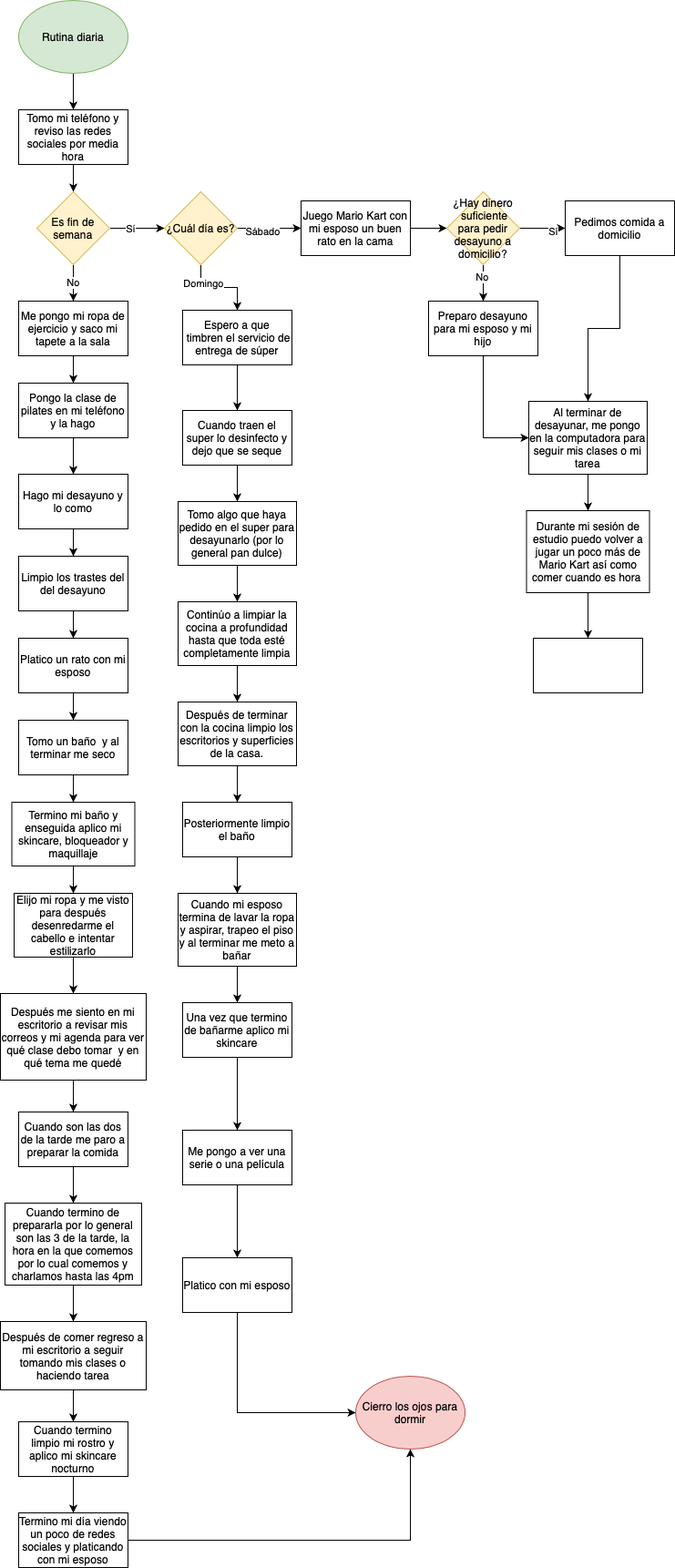
Above: Rutina diaria.png in missphoneme/ejercicios-kodemia (draw.io), before the change. Source tidied: cells renumbered, new cells last; positions are measured from the earlier drawing's top-left corner, leaving out a move shared by most shapes. Its diagram source:
```xml
<mxGraphModel>
  <root>
    <mxCell id="0" />
    <mxCell id="1" parent="0" />
    <mxCell id="2" style="edgeStyle=orthogonalEdgeStyle;rounded=0;jettySize=auto;html=1;" parent="1" edge="1" source="3" target="5">
      <mxGeometry relative="1" as="geometry" />
    </mxCell>
    <mxCell id="3" value="Rutina diaria" style="ellipse;whiteSpace=wrap;html=1;fillColor=#d5e8d4;strokeColor=#82b366;" parent="1" vertex="1">
      <mxGeometry x="20" width="120" height="80" as="geometry" />
    </mxCell>
    <mxCell id="4" style="edgeStyle=orthogonalEdgeStyle;rounded=0;jettySize=auto;html=1;" parent="1" edge="1" source="5" target="9">
      <mxGeometry relative="1" as="geometry" />
    </mxCell>
    <mxCell id="5" value="Tomo mi teléfono y reviso las redes sociales por media hora" style="rounded=0;whiteSpace=wrap;html=1;" parent="1" vertex="1">
      <mxGeometry x="20" y="120" width="120" height="60" as="geometry" />
    </mxCell>
    <mxCell id="6" value="No" style="edgeStyle=orthogonalEdgeStyle;rounded=0;jettySize=auto;html=1;" parent="1" edge="1" source="9" target="11">
      <mxGeometry relative="1" as="geometry" />
    </mxCell>
    <mxCell id="7" style="edgeStyle=orthogonalEdgeStyle;rounded=0;jettySize=auto;html=1;" parent="1" edge="1" source="9" target="16">
      <mxGeometry relative="1" as="geometry" />
    </mxCell>
    <mxCell id="8" value="Sí" style="edgeLabel;html=1;align=center;verticalAlign=middle;" parent="7" vertex="1">
      <mxGeometry x="-0.27" relative="1" as="geometry" />
    </mxCell>
    <mxCell id="9" value="Es fin de semana" style="rhombus;whiteSpace=wrap;html=1;fillColor=#fff2cc;strokeColor=#d6b656;" parent="1" vertex="1">
      <mxGeometry x="40" y="210" width="80" height="80" as="geometry" />
    </mxCell>
    <mxCell id="10" style="edgeStyle=orthogonalEdgeStyle;rounded=0;jettySize=auto;html=1;entryX=0.5;entryY=0;entryDx=0;entryDy=0;" parent="1" edge="1" source="11" target="22">
      <mxGeometry relative="1" as="geometry" />
    </mxCell>
    <mxCell id="11" value="Me pongo mi ropa de ejercicio y saco mi tapete a la sala" style="rounded=0;whiteSpace=wrap;html=1;" parent="1" vertex="1">
      <mxGeometry x="20" y="330" width="120" height="60" as="geometry" />
    </mxCell>
    <mxCell id="12" style="edgeStyle=orthogonalEdgeStyle;rounded=0;jettySize=auto;html=1;entryX=0.5;entryY=0;entryDx=0;entryDy=0;" parent="1" edge="1" source="16" target="20">
      <mxGeometry relative="1" as="geometry" />
    </mxCell>
    <mxCell id="13" value="Domingo" style="edgeLabel;html=1;align=center;verticalAlign=middle;" parent="12" vertex="1">
      <mxGeometry x="-0.56" y="2" relative="1" as="geometry" />
    </mxCell>
    <mxCell id="14" style="edgeStyle=orthogonalEdgeStyle;rounded=0;jettySize=auto;html=1;entryX=0;entryY=0.5;entryDx=0;entryDy=0;" parent="1" edge="1" source="16" target="18">
      <mxGeometry relative="1" as="geometry" />
    </mxCell>
    <mxCell id="15" value="Sábado" style="edgeLabel;html=1;align=center;verticalAlign=middle;" parent="14" vertex="1">
      <mxGeometry x="-0.24" y="-3" relative="1" as="geometry" />
    </mxCell>
    <mxCell id="16" value="¿Cuál día es?" style="rhombus;whiteSpace=wrap;html=1;fillColor=#fff2cc;strokeColor=#d6b656;" parent="1" vertex="1">
      <mxGeometry x="180" y="210" width="80" height="80" as="geometry" />
    </mxCell>
    <mxCell id="17" style="edgeStyle=orthogonalEdgeStyle;rounded=0;jettySize=auto;html=1;entryX=0;entryY=0.5;entryDx=0;entryDy=0;" parent="1" edge="1" source="18" target="41">
      <mxGeometry relative="1" as="geometry" />
    </mxCell>
    <mxCell id="18" value="Juego Mario Kart con mi esposo un buen rato en la cama" style="rounded=0;whiteSpace=wrap;html=1;" parent="1" vertex="1">
      <mxGeometry x="330" y="220" width="120" height="60" as="geometry" />
    </mxCell>
    <mxCell id="19" style="edgeStyle=orthogonalEdgeStyle;rounded=0;jettySize=auto;html=1;entryX=0.5;entryY=0;entryDx=0;entryDy=0;" parent="1" edge="1" source="20" target="34">
      <mxGeometry relative="1" as="geometry" />
    </mxCell>
    <mxCell id="20" value="Espero a que &amp;nbsp;timbren el servicio de entrega de súper" style="rounded=0;whiteSpace=wrap;html=1;" parent="1" vertex="1">
      <mxGeometry x="200" y="340" width="120" height="60" as="geometry" />
    </mxCell>
    <mxCell id="21" style="edgeStyle=orthogonalEdgeStyle;rounded=0;jettySize=auto;html=1;" parent="1" edge="1" source="22" target="24">
      <mxGeometry relative="1" as="geometry" />
    </mxCell>
    <mxCell id="22" value="Pongo la clase de pilates en mi teléfono y la hago" style="rounded=0;whiteSpace=wrap;html=1;" parent="1" vertex="1">
      <mxGeometry x="20" y="420" width="120" height="60" as="geometry" />
    </mxCell>
    <mxCell id="23" style="edgeStyle=orthogonalEdgeStyle;rounded=0;jettySize=auto;html=1;" parent="1" edge="1" source="24" target="26">
      <mxGeometry relative="1" as="geometry" />
    </mxCell>
    <mxCell id="24" value="Hago mi desayuno y lo como" style="rounded=0;whiteSpace=wrap;html=1;" parent="1" vertex="1">
      <mxGeometry x="20" y="520" width="120" height="60" as="geometry" />
    </mxCell>
    <mxCell id="25" style="edgeStyle=orthogonalEdgeStyle;rounded=0;jettySize=auto;html=1;entryX=0.5;entryY=0;entryDx=0;entryDy=0;" parent="1" edge="1" source="26" target="28">
      <mxGeometry relative="1" as="geometry" />
    </mxCell>
    <mxCell id="26" value="Limpio los trastes del del desayuno" style="rounded=0;whiteSpace=wrap;html=1;" parent="1" vertex="1">
      <mxGeometry x="20" y="610" width="120" height="60" as="geometry" />
    </mxCell>
    <mxCell id="27" style="edgeStyle=orthogonalEdgeStyle;rounded=0;jettySize=auto;html=1;" parent="1" edge="1" source="28" target="30">
      <mxGeometry relative="1" as="geometry" />
    </mxCell>
    <mxCell id="28" value="Platico un rato con mi esposo" style="rounded=0;whiteSpace=wrap;html=1;" parent="1" vertex="1">
      <mxGeometry x="20" y="700" width="120" height="60" as="geometry" />
    </mxCell>
    <mxCell id="29" style="edgeStyle=orthogonalEdgeStyle;rounded=0;jettySize=auto;html=1;entryX=0.5;entryY=0;entryDx=0;entryDy=0;" parent="1" edge="1" source="30" target="32">
      <mxGeometry relative="1" as="geometry" />
    </mxCell>
    <mxCell id="30" value="Tomo un baño &amp;nbsp;y al terminar me seco" style="rounded=0;whiteSpace=wrap;html=1;" parent="1" vertex="1">
      <mxGeometry x="20" y="790" width="120" height="60" as="geometry" />
    </mxCell>
    <mxCell id="31" style="edgeStyle=orthogonalEdgeStyle;rounded=0;jettySize=auto;html=1;" parent="1" edge="1" source="32" target="36">
      <mxGeometry relative="1" as="geometry" />
    </mxCell>
    <mxCell id="32" value="Termino mi baño y enseguida aplico mi skincare, bloqueador y maquillaje" style="rounded=0;whiteSpace=wrap;html=1;" parent="1" vertex="1">
      <mxGeometry x="12.5" y="880" width="135" height="70" as="geometry" />
    </mxCell>
    <mxCell id="33" style="edgeStyle=orthogonalEdgeStyle;rounded=0;jettySize=auto;html=1;" parent="1" edge="1" source="34" target="47">
      <mxGeometry relative="1" as="geometry" />
    </mxCell>
    <mxCell id="34" value="Cuando traen el super lo desinfecto y dejo que se seque" style="rounded=0;whiteSpace=wrap;html=1;" parent="1" vertex="1">
      <mxGeometry x="200" y="450" width="120" height="60" as="geometry" />
    </mxCell>
    <mxCell id="35" style="edgeStyle=orthogonalEdgeStyle;rounded=0;jettySize=auto;html=1;" parent="1" edge="1" source="36" target="55">
      <mxGeometry relative="1" as="geometry" />
    </mxCell>
    <mxCell id="36" value="Elijo mi ropa y me visto para después desenredarme el cabello e intentar estilizarlo" style="rounded=0;whiteSpace=wrap;html=1;" parent="1" vertex="1">
      <mxGeometry x="15" y="980" width="130" height="70" as="geometry" />
    </mxCell>
    <mxCell id="37" style="edgeStyle=orthogonalEdgeStyle;rounded=0;jettySize=auto;html=1;entryX=0.5;entryY=0;entryDx=0;entryDy=0;" parent="1" edge="1" source="41" target="45">
      <mxGeometry relative="1" as="geometry" />
    </mxCell>
    <mxCell id="38" value="No" style="edgeLabel;html=1;align=center;verticalAlign=middle;" parent="37" vertex="1">
      <mxGeometry x="-0.35" y="-2" relative="1" as="geometry" />
    </mxCell>
    <mxCell id="39" style="edgeStyle=orthogonalEdgeStyle;rounded=0;jettySize=auto;html=1;entryX=0;entryY=0.5;entryDx=0;entryDy=0;" parent="1" edge="1" source="41" target="43">
      <mxGeometry relative="1" as="geometry" />
    </mxCell>
    <mxCell id="40" value="Sí" style="edgeLabel;html=1;align=center;verticalAlign=middle;" parent="39" vertex="1">
      <mxGeometry x="0.44" y="-3" relative="1" as="geometry" />
    </mxCell>
    <mxCell id="41" value="¿Hay dinero &amp;nbsp;suficiente para pedir desayuno a domicilio?" style="rhombus;whiteSpace=wrap;html=1;fillColor=#fff2cc;strokeColor=#d6b656;" parent="1" vertex="1">
      <mxGeometry x="490" y="210" width="80" height="80" as="geometry" />
    </mxCell>
    <mxCell id="42" style="edgeStyle=orthogonalEdgeStyle;rounded=0;jettySize=auto;html=1;entryX=0.5;entryY=0;entryDx=0;entryDy=0;" parent="1" edge="1" source="43" target="53">
      <mxGeometry relative="1" as="geometry" />
    </mxCell>
    <mxCell id="43" value="Pedimos comida a domicilio" style="rounded=0;whiteSpace=wrap;html=1;" parent="1" vertex="1">
      <mxGeometry x="620" y="220" width="120" height="60" as="geometry" />
    </mxCell>
    <mxCell id="44" style="edgeStyle=orthogonalEdgeStyle;rounded=0;jettySize=auto;html=1;entryX=0;entryY=0.5;entryDx=0;entryDy=0;" parent="1" edge="1" source="45" target="53">
      <mxGeometry relative="1" as="geometry" />
    </mxCell>
    <mxCell id="45" value="Preparo desayuno para mi esposo y mi hijo" style="rounded=0;whiteSpace=wrap;html=1;" parent="1" vertex="1">
      <mxGeometry x="470" y="330" width="120" height="60" as="geometry" />
    </mxCell>
    <mxCell id="46" style="edgeStyle=orthogonalEdgeStyle;rounded=0;jettySize=auto;html=1;" parent="1" edge="1" source="47" target="49">
      <mxGeometry relative="1" as="geometry" />
    </mxCell>
    <mxCell id="47" value="Tomo algo que haya pedido en el super para desayunarlo (por lo general pan dulce)" style="whiteSpace=wrap;html=1;rounded=0;" parent="1" vertex="1">
      <mxGeometry x="195" y="550" width="130" height="70" as="geometry" />
    </mxCell>
    <mxCell id="48" style="edgeStyle=orthogonalEdgeStyle;rounded=0;jettySize=auto;html=1;" parent="1" edge="1" source="49" target="51">
      <mxGeometry relative="1" as="geometry" />
    </mxCell>
    <mxCell id="49" value="Continúo a limpiar la cocina a profundidad hasta que toda esté completamente limpia" style="whiteSpace=wrap;html=1;rounded=0;" parent="1" vertex="1">
      <mxGeometry x="195" y="660" width="130" height="70" as="geometry" />
    </mxCell>
    <mxCell id="50" style="edgeStyle=orthogonalEdgeStyle;rounded=0;jettySize=auto;html=1;" parent="1" edge="1" source="51" target="65">
      <mxGeometry relative="1" as="geometry" />
    </mxCell>
    <mxCell id="51" value="Después de terminar con la cocina limpio los escritorios y superficies de la casa." style="whiteSpace=wrap;html=1;rounded=0;" parent="1" vertex="1">
      <mxGeometry x="195" y="770" width="130" height="70" as="geometry" />
    </mxCell>
    <mxCell id="52" style="edgeStyle=orthogonalEdgeStyle;rounded=0;jettySize=auto;html=1;" parent="1" edge="1" source="53" target="63">
      <mxGeometry relative="1" as="geometry" />
    </mxCell>
    <mxCell id="53" value="Al terminar de desayunar, me pongo en la computadora para seguir mis clases o mi tarea" style="rounded=0;whiteSpace=wrap;html=1;" parent="1" vertex="1">
      <mxGeometry x="580" y="440" width="130" height="80" as="geometry" />
    </mxCell>
    <mxCell id="54" style="edgeStyle=orthogonalEdgeStyle;rounded=0;jettySize=auto;html=1;" parent="1" edge="1" source="55" target="57">
      <mxGeometry relative="1" as="geometry" />
    </mxCell>
    <mxCell id="55" value="Después me siento en mi escritorio a revisar mis correos y mi agenda para ver qué clase debo tomar &amp;nbsp;y en qué tema me quedé" style="whiteSpace=wrap;html=1;rounded=0;" parent="1" vertex="1">
      <mxGeometry y="1090" width="160" height="95" as="geometry" />
    </mxCell>
    <mxCell id="56" style="edgeStyle=orthogonalEdgeStyle;rounded=0;jettySize=auto;html=1;" parent="1" edge="1" source="57" target="59">
      <mxGeometry relative="1" as="geometry" />
    </mxCell>
    <mxCell id="57" value="Cuando son las dos de la tarde me paro a preparar la comida" style="whiteSpace=wrap;html=1;rounded=0;" parent="1" vertex="1">
      <mxGeometry x="20" y="1220" width="120" height="60" as="geometry" />
    </mxCell>
    <mxCell id="58" style="edgeStyle=orthogonalEdgeStyle;rounded=0;jettySize=auto;html=1;" parent="1" edge="1" source="59" target="61">
      <mxGeometry relative="1" as="geometry" />
    </mxCell>
    <mxCell id="59" value="Cuando termino de prepararla por lo general son las 3 de la tarde, la hora en la que comemos por lo cual comemos y charlamos hasta las 4pm" style="whiteSpace=wrap;html=1;rounded=0;" parent="1" vertex="1">
      <mxGeometry x="5" y="1320" width="150" height="90" as="geometry" />
    </mxCell>
    <mxCell id="60" style="edgeStyle=orthogonalEdgeStyle;rounded=0;jettySize=auto;html=1;" parent="1" edge="1" source="61" target="70">
      <mxGeometry relative="1" as="geometry" />
    </mxCell>
    <mxCell id="61" value="Después de comer regreso a mi escritorio a seguir tomando mis clases o haciendo tarea" style="whiteSpace=wrap;html=1;rounded=0;" parent="1" vertex="1">
      <mxGeometry y="1450" width="160" height="75" as="geometry" />
    </mxCell>
    <mxCell id="62" style="edgeStyle=orthogonalEdgeStyle;rounded=0;jettySize=auto;html=1;" parent="1" edge="1" source="63" target="68">
      <mxGeometry relative="1" as="geometry" />
    </mxCell>
    <mxCell id="63" value="Durante mi sesión de estudio puedo volver a jugar un poco más de Mario Kart así como comer cuando es hora&amp;nbsp;" style="whiteSpace=wrap;html=1;rounded=0;" parent="1" vertex="1">
      <mxGeometry x="577.5" y="560" width="135" height="90" as="geometry" />
    </mxCell>
    <mxCell id="64" style="edgeStyle=orthogonalEdgeStyle;rounded=0;jettySize=auto;html=1;" parent="1" edge="1" source="65" target="67">
      <mxGeometry relative="1" as="geometry" />
    </mxCell>
    <mxCell id="65" value="Posteriormente limpio el baño" style="rounded=0;whiteSpace=wrap;html=1;" parent="1" vertex="1">
      <mxGeometry x="200" y="880" width="120" height="60" as="geometry" />
    </mxCell>
    <mxCell id="66" style="edgeStyle=orthogonalEdgeStyle;rounded=0;jettySize=auto;html=1;" parent="1" edge="1" source="67" target="75">
      <mxGeometry relative="1" as="geometry" />
    </mxCell>
    <mxCell id="67" value="Cuando mi esposo termina de lavar la ropa y aspirar, trapeo el piso y al terminar me meto a bañar" style="whiteSpace=wrap;html=1;rounded=0;" parent="1" vertex="1">
      <mxGeometry x="195" y="980" width="130" height="80" as="geometry" />
    </mxCell>
    <mxCell id="68" style="whiteSpace=wrap;html=1;rounded=0;" parent="1" vertex="1">
      <mxGeometry x="585" y="700" width="120" height="60" as="geometry" />
    </mxCell>
    <mxCell id="69" style="edgeStyle=orthogonalEdgeStyle;rounded=0;jettySize=auto;html=1;entryX=0.5;entryY=0;entryDx=0;entryDy=0;" parent="1" edge="1" source="70" target="72">
      <mxGeometry relative="1" as="geometry" />
    </mxCell>
    <mxCell id="70" value="Cuando termino limpio mi rostro y aplico mi skincare nocturno" style="whiteSpace=wrap;html=1;rounded=0;" parent="1" vertex="1">
      <mxGeometry x="20" y="1560" width="120" height="60" as="geometry" />
    </mxCell>
    <mxCell id="71" style="edgeStyle=orthogonalEdgeStyle;rounded=0;jettySize=auto;html=1;entryX=0.5;entryY=1;entryDx=0;entryDy=0;" parent="1" edge="1" source="72" target="73">
      <mxGeometry relative="1" as="geometry" />
    </mxCell>
    <mxCell id="72" value="Termino mi día viendo un poco de redes sociales y platicando con mi esposo" style="rounded=0;whiteSpace=wrap;html=1;" parent="1" vertex="1">
      <mxGeometry x="20" y="1660" width="120" height="60" as="geometry" />
    </mxCell>
    <mxCell id="73" value="Cierro los ojos para dormir" style="ellipse;whiteSpace=wrap;html=1;fillColor=#f8cecc;strokeColor=#b85450;" parent="1" vertex="1">
      <mxGeometry x="390" y="1510" width="120" height="80" as="geometry" />
    </mxCell>
    <mxCell id="74" style="edgeStyle=orthogonalEdgeStyle;rounded=0;jettySize=auto;html=1;" parent="1" edge="1" source="75" target="77">
      <mxGeometry relative="1" as="geometry" />
    </mxCell>
    <mxCell id="75" value="Una vez que termino de bañarme aplico mi skincare" style="whiteSpace=wrap;html=1;rounded=0;" parent="1" vertex="1">
      <mxGeometry x="200" y="1100" width="120" height="60" as="geometry" />
    </mxCell>
    <mxCell id="76" style="edgeStyle=orthogonalEdgeStyle;rounded=0;jettySize=auto;html=1;" parent="1" edge="1" source="77" target="79">
      <mxGeometry relative="1" as="geometry" />
    </mxCell>
    <mxCell id="77" value="Me pongo a ver una serie o una película" style="whiteSpace=wrap;html=1;rounded=0;" parent="1" vertex="1">
      <mxGeometry x="200" y="1240" width="120" height="60" as="geometry" />
    </mxCell>
    <mxCell id="78" style="edgeStyle=orthogonalEdgeStyle;rounded=0;jettySize=auto;html=1;entryX=0;entryY=0.5;entryDx=0;entryDy=0;" parent="1" edge="1" source="79" target="73">
      <mxGeometry relative="1" as="geometry">
        <Array as="points">
          <mxPoint x="260" y="1550" />
        </Array>
      </mxGeometry>
    </mxCell>
    <mxCell id="79" value="Platico con mi esposo" style="whiteSpace=wrap;html=1;rounded=0;" parent="1" vertex="1">
      <mxGeometry x="200" y="1380" width="120" height="60" as="geometry" />
    </mxCell>
  </root>
</mxGraphModel>
```
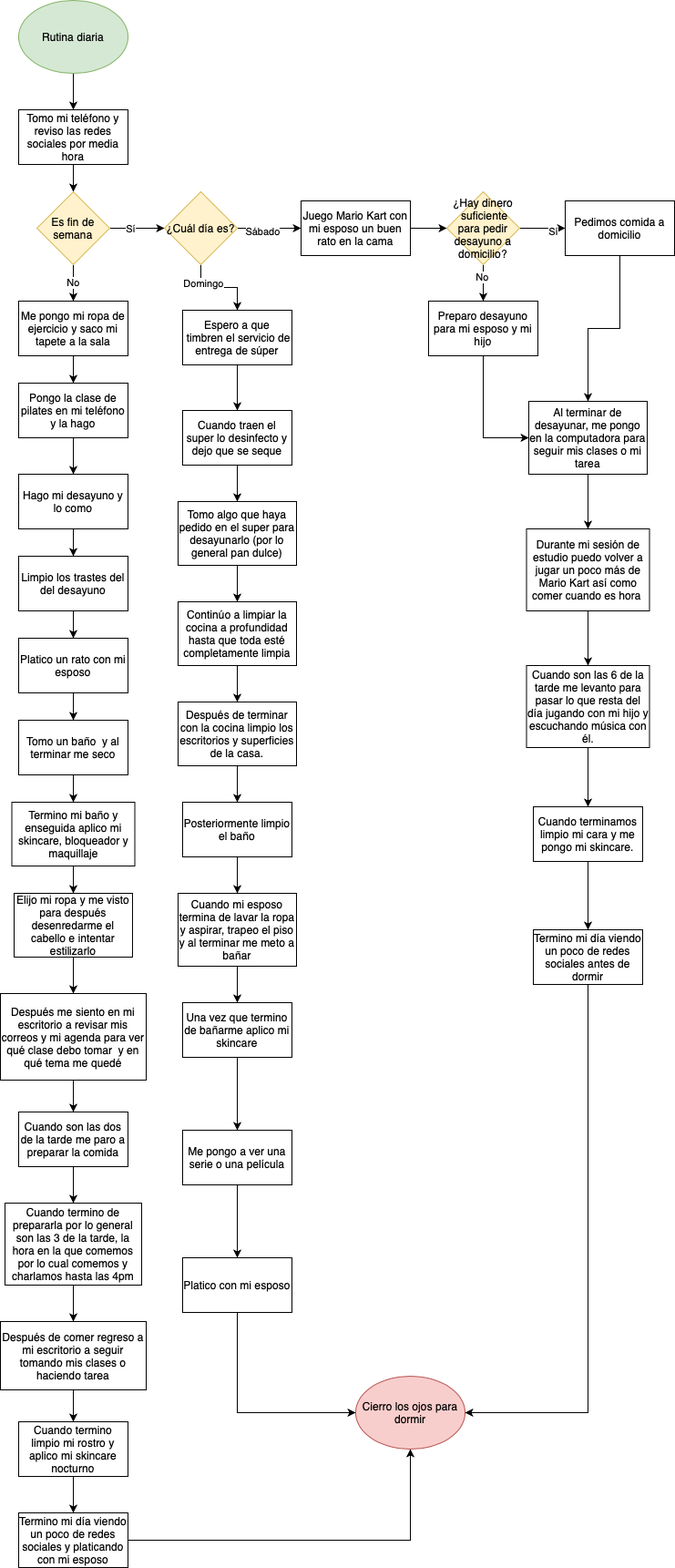
Above is the later version.

What changed in the source:
```diff
@@ -186,7 +186,7 @@
       <mxGeometry relative="1" as="geometry" />
     </mxCell>
     <mxCell id="63" value="Durante mi sesión de estudio puedo volver a jugar un poco más de Mario Kart así como comer cuando es hora&amp;nbsp;" style="whiteSpace=wrap;html=1;rounded=0;" parent="1" vertex="1">
-      <mxGeometry x="577.5" y="560" width="135" height="90" as="geometry" />
+      <mxGeometry x="577.5" y="580" width="135" height="90" as="geometry" />
     </mxCell>
     <mxCell id="64" style="edgeStyle=orthogonalEdgeStyle;rounded=0;jettySize=auto;html=1;" parent="1" edge="1" source="65" target="67">
       <mxGeometry relative="1" as="geometry" />
@@ -200,8 +200,11 @@
     <mxCell id="67" value="Cuando mi esposo termina de lavar la ropa y aspirar, trapeo el piso y al terminar me meto a bañar" style="whiteSpace=wrap;html=1;rounded=0;" parent="1" vertex="1">
       <mxGeometry x="195" y="980" width="130" height="80" as="geometry" />
     </mxCell>
+    <mxCell id="80" style="edgeStyle=orthogonalEdgeStyle;rounded=0;jettySize=auto;html=1;" parent="1" edge="1" source="68" target="82">
+      <mxGeometry relative="1" as="geometry" />
+    </mxCell>
-    <mxCell id="68" style="whiteSpace=wrap;html=1;rounded=0;" parent="1" vertex="1">
-      <mxGeometry x="585" y="700" width="120" height="60" as="geometry" />
+    <mxCell id="68" value="Cuando son las 6 de la tarde me levanto para pasar lo que resta del día jugando con mi hijo y escuchando música con él." style="whiteSpace=wrap;html=1;rounded=0;" parent="1" vertex="1">
+      <mxGeometry x="577.5" y="730" width="135" height="90" as="geometry" />
     </mxCell>
     <mxCell id="69" style="edgeStyle=orthogonalEdgeStyle;rounded=0;jettySize=auto;html=1;entryX=0.5;entryY=0;entryDx=0;entryDy=0;" parent="1" edge="1" source="70" target="72">
       <mxGeometry relative="1" as="geometry" />
@@ -240,5 +243,17 @@
     <mxCell id="79" value="Platico con mi esposo" style="whiteSpace=wrap;html=1;rounded=0;" parent="1" vertex="1">
       <mxGeometry x="200" y="1380" width="120" height="60" as="geometry" />
     </mxCell>
+    <mxCell id="81" style="edgeStyle=orthogonalEdgeStyle;rounded=0;jettySize=auto;html=1;" parent="1" edge="1" source="82" target="84">
+      <mxGeometry relative="1" as="geometry" />
+    </mxCell>
+    <mxCell id="82" value="Cuando terminamos limpio mi cara y me pongo mi skincare." style="whiteSpace=wrap;html=1;rounded=0;" parent="1" vertex="1">
+      <mxGeometry x="585" y="885" width="120" height="60" as="geometry" />
+    </mxCell>
+    <mxCell id="83" style="edgeStyle=orthogonalEdgeStyle;rounded=0;jettySize=auto;html=1;entryX=1;entryY=0.5;entryDx=0;entryDy=0;exitX=0.5;exitY=1;exitDx=0;exitDy=0;" parent="1" edge="1" source="84" target="73">
+      <mxGeometry relative="1" as="geometry" />
+    </mxCell>
+    <mxCell id="84" value="Termino mi día viendo un poco de redes sociales antes de dormir&lt;br&gt;" style="whiteSpace=wrap;html=1;rounded=0;" parent="1" vertex="1">
+      <mxGeometry x="585" y="1020" width="120" height="60" as="geometry" />
+    </mxCell>
   </root>
 </mxGraphModel>
```
